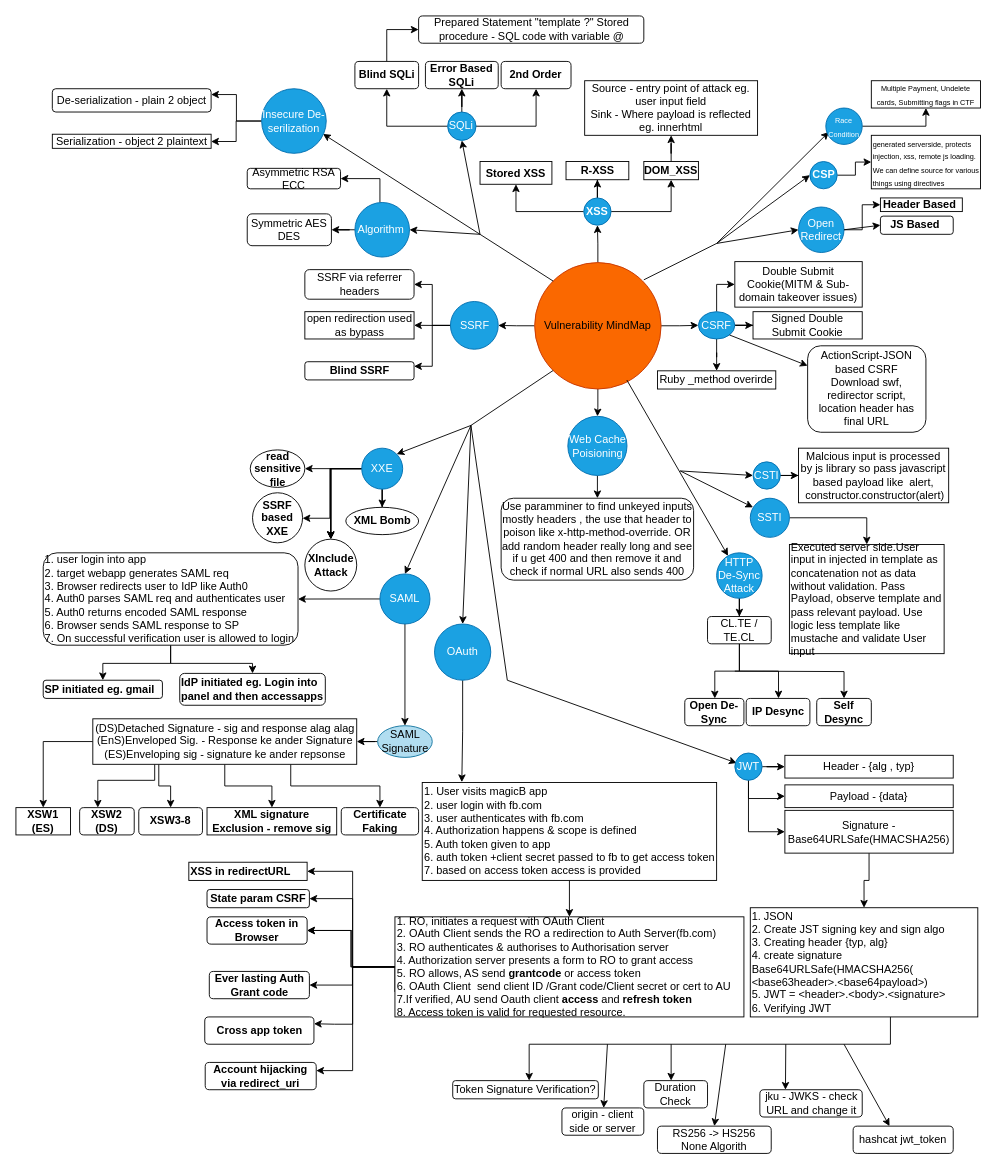
Above: vulns.drawio in mkpmanish/bounty (draw.io), before the change. Source tidied: cells renumbered, new cells numbered last; positions are measured from the earlier drawing's top-left corner, leaving out a move shared by most shapes. Both pictures are drawn from the tidied source at 91%, with x=0, y=0 at pixel (15, 15).
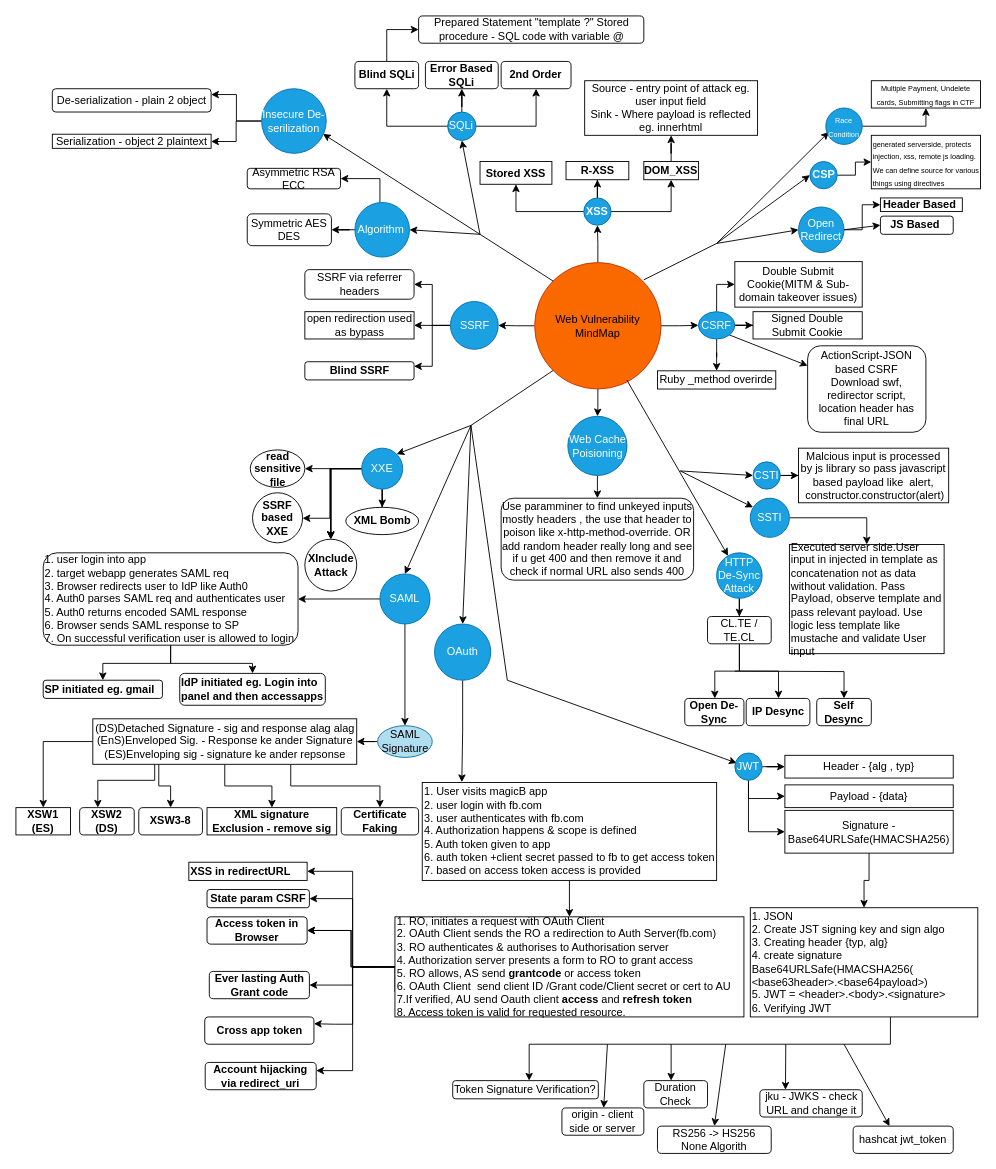
The same diagram, later.

Diff of the diagram source:
```diff
@@
-    <mxCell id="6" value="Vulnerability MindMap" style="ellipse;whiteSpace=wrap;html=1;fillColor=#fa6800;fontColor=#000000;strokeColor=#C73500;" parent="1" vertex="1">
+    <mxCell id="6" value="Web Vulnerability MindMap" style="ellipse;whiteSpace=wrap;html=1;fillColor=#fa6800;fontColor=#000000;strokeColor=#C73500;" parent="1" vertex="1">
       <mxGeometry x="570" y="271" width="139" height="139" as="geometry" />
     </mxCell>
```
